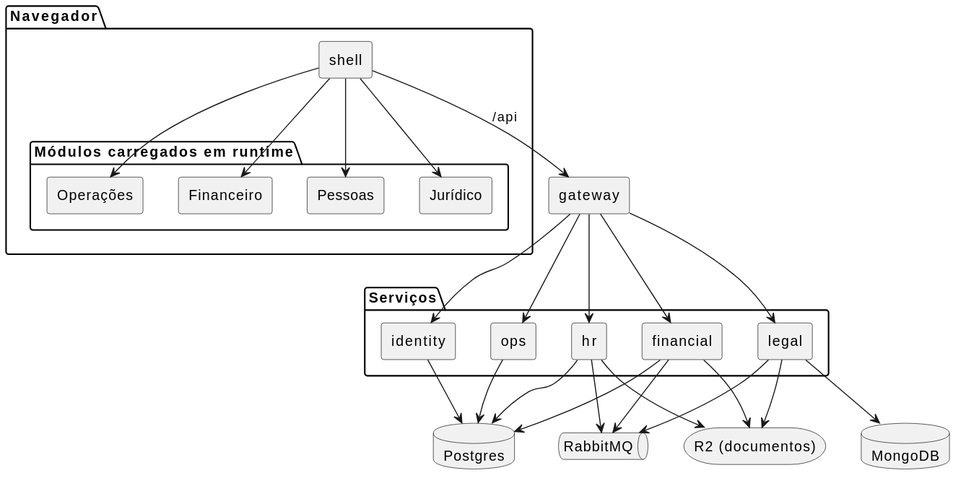
The PlantUML diagram docs/diagrams/arquitetura.svg in Serigy/ssm, before a commit. Its diagram source:
```plantuml
@startuml
skinparam defaultFontName sans-serif
skinparam shadowing false
skinparam componentStyle rectangle

package "Navegador" {
  [shell] as shell
  package "Módulos carregados em runtime" {
    [Financeiro] as mfeFinanceiro
    [Pessoas] as mfePessoas
    [Jurídico] as mfeJuridico
    [Operações] as mfeOperacoes
  }
}

[gateway] as gateway

package "Serviços" {
  [identity] as identity
  [financial] as financial
  [hr] as hr
  [legal] as legal
  [ops] as ops
}

database "Postgres" as postgres
database "MongoDB" as mongo
queue "RabbitMQ" as rabbit
storage "R2 (documentos)" as r2

shell --> mfeFinanceiro
shell --> mfePessoas
shell --> mfeJuridico
shell --> mfeOperacoes
shell --> gateway : /api

gateway --> identity
gateway --> financial
gateway --> hr
gateway --> legal
gateway --> ops

identity --> postgres
financial --> postgres
hr --> postgres
ops --> postgres
legal --> mongo

financial --> rabbit
hr --> rabbit
legal --> rabbit

financial --> r2
hr --> r2
legal --> r2
@enduml
```
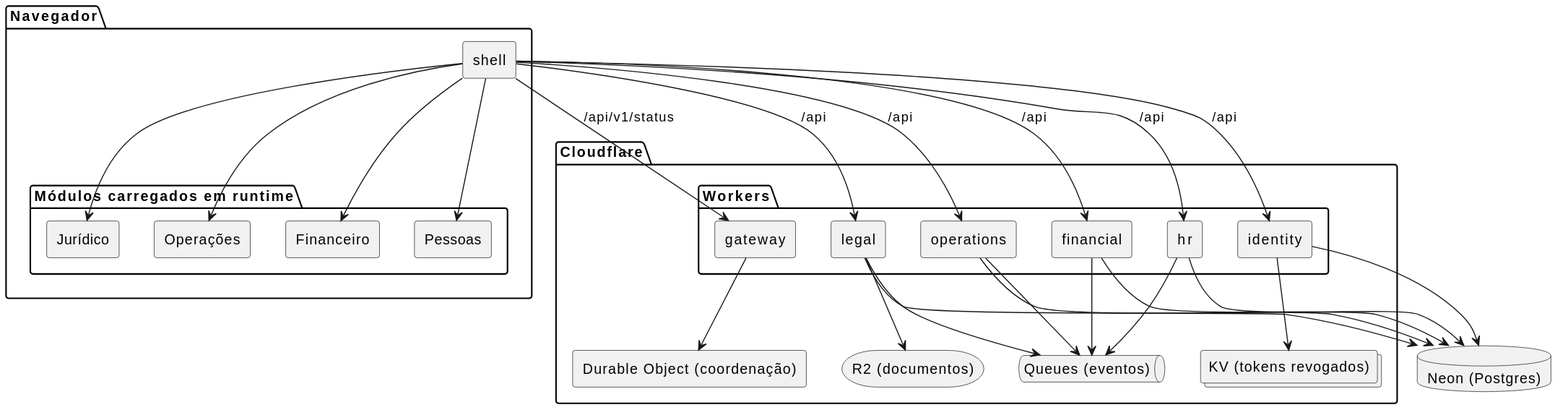
After the commit.

Commit message:
Regenera o diagrama com Neon e Queues

What changed in the source:
```diff
@@ -13,44 +13,47 @@
   }
 }
 
-[gateway] as gateway
+package "Cloudflare" {
+  package "Workers" {
+    [gateway] as gateway
+    [identity] as identity
+    [financial] as financial
+    [hr] as hr
+    [legal] as legal
+    [operations] as operations
+  }
 
-package "Serviços" {
-  [identity] as identity
-  [financial] as financial
-  [hr] as hr
-  [legal] as legal
-  [ops] as ops
+  queue "Queues (eventos)" as queues
+  storage "R2 (documentos)" as r2
+  collections "KV (tokens revogados)" as kv
+  component "Durable Object (coordenação)" as coordinator
 }
 
-database "Postgres" as postgres
-database "MongoDB" as mongo
-queue "RabbitMQ" as rabbit
-storage "R2 (documentos)" as r2
+database "Neon (Postgres)" as neon
 
 shell --> mfeFinanceiro
 shell --> mfePessoas
 shell --> mfeJuridico
 shell --> mfeOperacoes
-shell --> gateway : /api
+shell --> gateway : /api/v1/status
+shell --> identity : /api
+shell --> financial : /api
+shell --> hr : /api
+shell --> legal : /api
+shell --> operations : /api
 
-gateway --> identity
-gateway --> financial
-gateway --> hr
-gateway --> legal
-gateway --> ops
+identity --> neon
+financial --> neon
+hr --> neon
+legal --> neon
+operations --> neon
 
-identity --> postgres
-financial --> postgres
-hr --> postgres
-ops --> postgres
-legal --> mongo
+financial --> queues
+hr --> queues
+legal --> queues
+operations --> queues
 
-financial --> rabbit
-hr --> rabbit
-legal --> rabbit
-
-financial --> r2
-hr --> r2
 legal --> r2
+identity --> kv
+gateway --> coordinator
 @enduml
```
